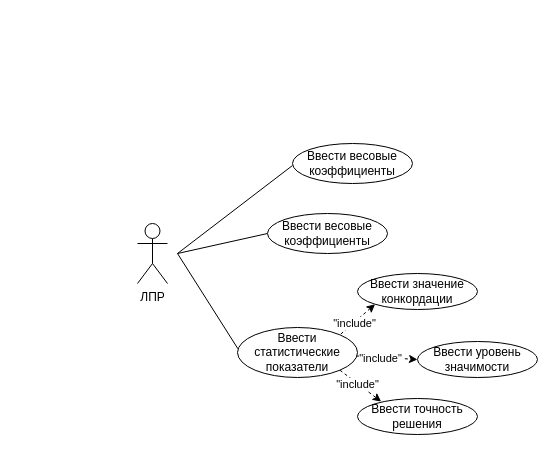
The draw.io diagram draw_io/useCase.drawio in Dimj1k/Works, before the edit. Source tidied: cells renumbered, new cells numbered last; positions are measured from the earlier drawing's top-left corner, leaving out a move shared by most shapes. Both pictures are drawn from the tidied source at 100%, with x=0, y=0 at pixel (137, 143).
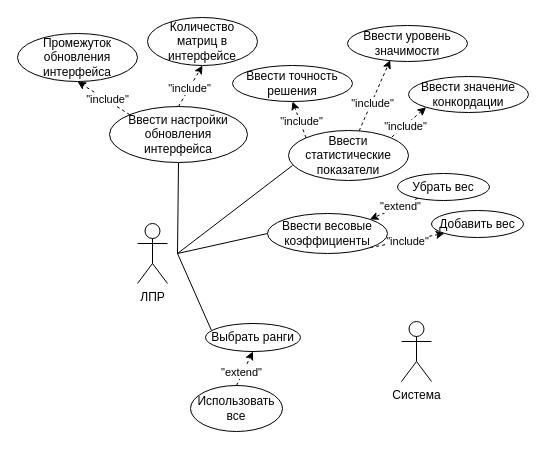
The same page after the edit.

What changed in the source:
```diff
@@
-    <mxCell id="4" value="Ввести весовые&lt;br&gt;коэффициенты" style="ellipse;whiteSpace=wrap;html=1;" parent="1" vertex="1">
-      <mxGeometry x="130" y="70" width="120" height="40" as="geometry" />
-    </mxCell>
-    <mxCell id="5" style="endArrow=none;html=1;rounded=0;endFill=0;entryX=0.003;entryY=0.424;entryDx=0;entryDy=0;entryPerimeter=0;" parent="1" edge="1" target="7">
+    <mxCell id="5" style="endArrow=none;html=1;rounded=0;endFill=0;" parent="1" edge="1">
       <mxGeometry relative="1" as="geometry">
         <mxPoint x="40" y="110" as="sourcePoint" />
+        <mxPoint x="74" y="187" as="targetPoint" />
       </mxGeometry>
     </mxCell>
-    <mxCell id="6" value="&quot;include&quot;" style="rounded=0;jettySize=auto;html=1;entryX=0;entryY=0.5;entryDx=0;entryDy=0;dashed=1;" parent="1" edge="1" source="7" target="10">
+    <mxCell id="6" value="&quot;include&quot;" style="rounded=0;jettySize=auto;html=1;entryX=0.356;entryY=0.962;entryDx=0;entryDy=0;dashed=1;entryPerimeter=0;" parent="1" edge="1" source="7" target="10">
       <mxGeometry x="-0.22" y="-1" relative="1" as="geometry" />
     </mxCell>
     <mxCell id="7" value="Ввести статистические показатели" style="ellipse;whiteSpace=wrap;html=1;" parent="1" vertex="1">
-      <mxGeometry x="100" y="184" width="120" height="50" as="geometry" />
+      <mxGeometry x="151" y="-13" width="120" height="50" as="geometry" />
     </mxCell>
@@
     <mxCell id="9" value="Ввести значение конкордации" style="ellipse;whiteSpace=wrap;html=1;" parent="1" vertex="1">
-      <mxGeometry x="220" y="130" width="120" height="36" as="geometry" />
+      <mxGeometry x="271" y="-67" width="120" height="36" as="geometry" />
     </mxCell>
     <mxCell id="10" value="Ввести уровень значимости" style="ellipse;whiteSpace=wrap;html=1;" parent="1" vertex="1">
-      <mxGeometry x="280" y="198" width="120" height="36" as="geometry" />
+      <mxGeometry x="210" y="-118" width="120" height="36" as="geometry" />
     </mxCell>
     <mxCell id="11" value="Ввести точность решения" style="ellipse;whiteSpace=wrap;html=1;" parent="1" vertex="1">
-      <mxGeometry x="220" y="255" width="120" height="36" as="geometry" />
+      <mxGeometry x="95" y="-78" width="120" height="36" as="geometry" />
     </mxCell>
-    <mxCell id="12" value="&quot;include&quot;" style="rounded=0;jettySize=auto;html=1;exitX=1;exitY=1;exitDx=0;exitDy=0;entryX=0.197;entryY=0.085;entryDx=0;entryDy=0;entryPerimeter=0;dashed=1;" parent="1" edge="1" source="7" target="11">
+    <mxCell id="12" value="&quot;include&quot;" style="rounded=0;jettySize=auto;html=1;exitX=0;exitY=0;exitDx=0;exitDy=0;entryX=0.5;entryY=1;entryDx=0;entryDy=0;dashed=1;" parent="1" edge="1" source="7" target="11">
       <mxGeometry x="-0.13" y="-1" relative="1" as="geometry" />
     </mxCell>
@@
-    <mxCell id="14" value="Ввести весовые&lt;br&gt;коэффициенты" style="ellipse;whiteSpace=wrap;html=1;" parent="1" vertex="1">
-      <mxGeometry x="155" width="120" height="40" as="geometry" />
+    <mxCell id="14" value="Выбрать ранги" style="ellipse;whiteSpace=wrap;html=1;" parent="1" vertex="1">
+      <mxGeometry x="68" y="180" width="95" height="28" as="geometry" />
     </mxCell>
+    <mxCell id="15" value="Убрать вес" style="ellipse;whiteSpace=wrap;html=1;" parent="1" vertex="1">
+      <mxGeometry x="260" y="30" width="92" height="27" as="geometry" />
+    </mxCell>
+    <mxCell id="16" value="&quot;extend&quot;" style="rounded=0;jettySize=auto;html=1;entryX=1;entryY=0;entryDx=0;entryDy=0;dashed=1;" parent="1" edge="1" source="15" target="4">
+      <mxGeometry x="-0.26" y="1" relative="1" as="geometry" />
+    </mxCell>
+    <mxCell id="17" value="Добавить вес" style="ellipse;whiteSpace=wrap;html=1;" parent="1" vertex="1">
+      <mxGeometry x="294" y="67" width="92" height="27" as="geometry" />
+    </mxCell>
+    <mxCell id="18" value="&quot;include&quot;" style="rounded=0;jettySize=auto;html=1;exitX=0;exitY=1;exitDx=0;exitDy=0;entryX=1;entryY=1;entryDx=0;entryDy=0;endArrow=none;endFill=0;dashed=1;startArrow=classic;startFill=1;" parent="1" edge="1" source="17" target="4">
+      <mxGeometry y="1" relative="1" as="geometry" />
+    </mxCell>
+    <mxCell id="4" value="Ввести весовые&lt;br&gt;коэффициенты" style="ellipse;whiteSpace=wrap;html=1;" parent="1" vertex="1">
+      <mxGeometry x="130" y="70" width="120" height="40" as="geometry" />
+    </mxCell>
+    <mxCell id="19" value="Использовать все" style="ellipse;whiteSpace=wrap;html=1;" parent="1" vertex="1">
+      <mxGeometry x="53" y="242" width="92" height="46" as="geometry" />
+    </mxCell>
+    <mxCell id="20" value="&quot;extend&quot;" style="rounded=0;jettySize=auto;html=1;entryX=0.5;entryY=1;entryDx=0;entryDy=0;dashed=1;exitX=0.5;exitY=0;exitDx=0;exitDy=0;" parent="1" edge="1" source="19" target="14">
+      <mxGeometry x="-0.26" y="1" relative="1" as="geometry" />
+    </mxCell>
+    <mxCell id="21" value="Система" style="shape=umlActor;verticalLabelPosition=bottom;verticalAlign=top;html=1;" parent="1" vertex="1">
+      <mxGeometry x="264" y="178" width="30" height="60" as="geometry" />
+    </mxCell>
+    <mxCell id="22" style="endArrow=none;html=1;rounded=0;entryX=0.5;entryY=1;entryDx=0;entryDy=0;" parent="1" edge="1" target="23">
+      <mxGeometry relative="1" as="geometry">
+        <mxPoint x="40" y="110" as="sourcePoint" />
+      </mxGeometry>
+    </mxCell>
+    <mxCell id="23" value="Ввести настройки обновления интерфейса" style="ellipse;whiteSpace=wrap;html=1;" parent="1" vertex="1">
+      <mxGeometry x="-28" y="-37" width="138" height="56" as="geometry" />
+    </mxCell>
+    <mxCell id="24" value="&quot;include&quot;" style="rounded=0;jettySize=auto;html=1;exitX=0;exitY=0;exitDx=0;exitDy=0;dashed=1;entryX=0.5;entryY=1;entryDx=0;entryDy=0;" parent="1" edge="1" source="23" target="25">
+      <mxGeometry x="-0.13" y="-1" relative="1" as="geometry" />
+    </mxCell>
+    <mxCell id="25" value="Промежуток обновления&lt;br&gt;интерфейса" style="ellipse;whiteSpace=wrap;html=1;" parent="1" vertex="1">
+      <mxGeometry x="-120" y="-110" width="120" height="48" as="geometry" />
+    </mxCell>
+    <mxCell id="26" value="&quot;include&quot;" style="rounded=0;jettySize=auto;html=1;exitX=0.5;exitY=0;exitDx=0;exitDy=0;dashed=1;entryX=0.5;entryY=1;entryDx=0;entryDy=0;" parent="1" edge="1" source="23" target="27">
+      <mxGeometry x="-0.13" y="-1" relative="1" as="geometry" />
+    </mxCell>
+    <mxCell id="27" value="Количество матриц в интерфейсе" style="ellipse;whiteSpace=wrap;html=1;" parent="1" vertex="1">
+      <mxGeometry x="10" y="-126" width="110" height="48" as="geometry" />
+    </mxCell>
```
